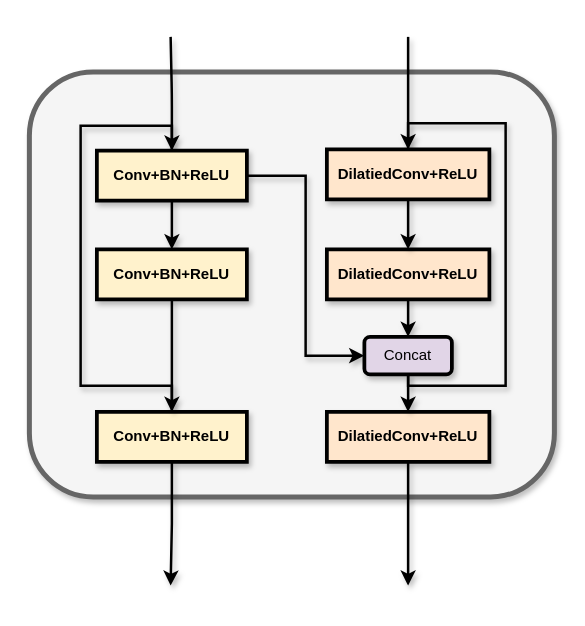
The draw.io diagram Asymmetric_Cross_Path/a_crosspath.drawio in KopiSoftware/draw_cc_cloud, before the edit. Source tidied: cells renumbered, new cells numbered last; positions are measured from the earlier drawing's top-left corner, leaving out a move shared by most shapes. Both pictures are drawn from the tidied source at 125%, with x=0, y=0 at pixel (29, 36).
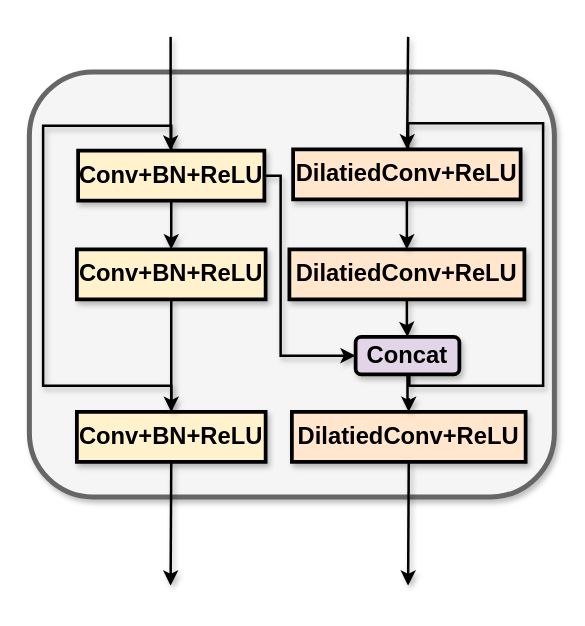
After the change.

The edit, as a diff of the source:
```diff
@@
-    <mxCell id="2" style="rounded=1;whiteSpace=wrap;html=1;fillColor=#f5f5f5;strokeColor=#666666;strokeWidth=4;fontColor=#333333;shadow=1;" parent="1" vertex="1">
+    <mxCell id="2" style="rounded=1;whiteSpace=wrap;html=1;fillColor=#f5f5f5;strokeColor=#666666;strokeWidth=4;fontColor=#333333;shadow=1;fontSize=19;" parent="1" vertex="1">
       <mxGeometry y="28" width="420" height="340" as="geometry" />
     </mxCell>
-    <mxCell id="3" style="edgeStyle=orthogonalEdgeStyle;rounded=1;jettySize=auto;html=1;strokeWidth=2;shadow=1;endArrow=none;endFill=0;startArrow=classic;startFill=1;" parent="1" edge="1" source="7">
+    <mxCell id="3" style="edgeStyle=orthogonalEdgeStyle;rounded=1;jettySize=auto;html=1;strokeWidth=2;shadow=1;endArrow=none;endFill=0;startArrow=classic;startFill=1;fontSize=19;" parent="1" edge="1" source="7">
       <mxGeometry relative="1" as="geometry">
         <mxPoint x="113" as="targetPoint" />
       </mxGeometry>
     </mxCell>
-    <mxCell id="4" style="edgeStyle=orthogonalEdgeStyle;rounded=0;jettySize=auto;html=1;entryX=0;entryY=0.5;entryDx=0;entryDy=0;strokeWidth=2;shadow=1;" parent="1" edge="1" source="7" target="19">
-      <mxGeometry relative="1" as="geometry" />
+    <mxCell id="4" style="edgeStyle=orthogonalEdgeStyle;rounded=0;jettySize=auto;html=1;entryX=0;entryY=0.5;entryDx=0;entryDy=0;strokeWidth=2;shadow=1;fontSize=19;" parent="1" edge="1" source="7" target="19">
+      <mxGeometry relative="1" as="geometry">
+        <Array as="points">
+          <mxPoint x="201" y="111" />
+          <mxPoint x="201" y="255" />
+        </Array>
+      </mxGeometry>
     </mxCell>
-    <mxCell id="5" style="edgeStyle=orthogonalEdgeStyle;rounded=0;jettySize=auto;html=1;entryX=0.5;entryY=0;entryDx=0;entryDy=0;strokeWidth=2;shadow=1;" parent="1" edge="1" source="7" target="21">
+    <mxCell id="5" style="edgeStyle=orthogonalEdgeStyle;rounded=0;jettySize=auto;html=1;entryX=0.5;entryY=0;entryDx=0;entryDy=0;strokeWidth=2;shadow=1;fontSize=19;" parent="1" edge="1" source="7" target="21">
       <mxGeometry relative="1" as="geometry" />
     </mxCell>
-    <mxCell id="6" style="edgeStyle=orthogonalEdgeStyle;rounded=0;jettySize=auto;html=1;exitX=0.5;exitY=0;exitDx=0;exitDy=0;entryX=0.5;entryY=0;entryDx=0;entryDy=0;strokeWidth=2;endArrow=none;endFill=0;shadow=1;" parent="1" edge="1" source="7" target="9">
+    <mxCell id="6" style="edgeStyle=orthogonalEdgeStyle;rounded=0;jettySize=auto;html=1;exitX=0.5;exitY=0;exitDx=0;exitDy=0;entryX=0.5;entryY=0;entryDx=0;entryDy=0;strokeWidth=2;endArrow=none;endFill=0;shadow=1;fontSize=19;" parent="1" edge="1" source="7" target="9">
       <mxGeometry relative="1" as="geometry">
         <Array as="points">
           <mxPoint x="114" y="71" />
-          <mxPoint x="41" y="71" />
-          <mxPoint x="41" y="279" />
+          <mxPoint x="11" y="71" />
+          <mxPoint x="11" y="279" />
           <mxPoint x="114" y="279" />
         </Array>
       </mxGeometry>
     </mxCell>
-    <mxCell id="7" value="&lt;b&gt;Conv+BN+ReLU&lt;/b&gt;" style="rounded=0;whiteSpace=wrap;html=1;fillColor=#fff2cc;strokeColor=#000000;strokeWidth=3;shadow=1;" parent="1" vertex="1">
-      <mxGeometry x="54" y="91" width="120" height="40" as="geometry" />
+    <mxCell id="7" value="&lt;b style=&quot;font-size: 19px;&quot;&gt;Conv+BN+ReLU&lt;/b&gt;" style="rounded=0;whiteSpace=wrap;html=1;fillColor=#fff2cc;strokeColor=#000000;strokeWidth=3;shadow=1;fontSize=19;" parent="1" vertex="1">
+      <mxGeometry x="39" y="91" width="149" height="40" as="geometry" />
     </mxCell>
-    <mxCell id="8" style="edgeStyle=orthogonalEdgeStyle;rounded=0;jettySize=auto;html=1;exitX=0.5;exitY=1;exitDx=0;exitDy=0;strokeWidth=2;shadow=1;" parent="1" edge="1" source="9">
+    <mxCell id="8" style="edgeStyle=orthogonalEdgeStyle;rounded=0;jettySize=auto;html=1;exitX=0.5;exitY=1;exitDx=0;exitDy=0;strokeWidth=2;shadow=1;fontSize=16;" parent="1" edge="1" source="9">
       <mxGeometry relative="1" as="geometry">
         <mxPoint x="113" y="439" as="targetPoint" />
       </mxGeometry>
     </mxCell>
-    <mxCell id="9" value="&lt;b style=&quot;border-color: var(--border-color);&quot;&gt;Conv+BN+ReLU&lt;/b&gt;" style="rounded=0;whiteSpace=wrap;html=1;fillColor=#fff2cc;strokeColor=#000000;strokeWidth=3;shadow=1;" parent="1" vertex="1">
-      <mxGeometry x="54" y="300" width="120" height="40" as="geometry" />
+    <mxCell id="9" value="&lt;b style=&quot;border-color: var(--border-color); font-size: 19px;&quot;&gt;Conv+BN+ReLU&lt;/b&gt;" style="rounded=0;whiteSpace=wrap;html=1;fillColor=#fff2cc;strokeColor=#000000;strokeWidth=3;shadow=1;fontSize=19;" parent="1" vertex="1">
+      <mxGeometry x="38" y="300" width="151" height="40" as="geometry" />
     </mxCell>
-    <mxCell id="10" style="edgeStyle=orthogonalEdgeStyle;rounded=0;jettySize=auto;html=1;entryX=0.5;entryY=0;entryDx=0;entryDy=0;strokeWidth=2;shadow=1;" parent="1" edge="1" source="11" target="19">
+    <mxCell id="10" style="edgeStyle=orthogonalEdgeStyle;rounded=0;jettySize=auto;html=1;entryX=0.5;entryY=0;entryDx=0;entryDy=0;strokeWidth=2;shadow=1;fontSize=19;" parent="1" edge="1" source="11" target="19">
       <mxGeometry relative="1" as="geometry" />
     </mxCell>
-    <mxCell id="11" value="&lt;b style=&quot;border-color: var(--border-color);&quot;&gt;DilatiedConv+ReLU&lt;/b&gt;" style="rounded=0;whiteSpace=wrap;html=1;fillColor=#ffe6cc;strokeColor=#000000;strokeWidth=3;shadow=1;" parent="1" vertex="1">
-      <mxGeometry x="238" y="170" width="130" height="40" as="geometry" />
+    <mxCell id="11" value="&lt;b style=&quot;border-color: var(--border-color); font-size: 19px;&quot;&gt;DilatiedConv+ReLU&lt;/b&gt;" style="rounded=0;whiteSpace=wrap;html=1;fillColor=#ffe6cc;strokeColor=#000000;strokeWidth=3;shadow=1;fontSize=19;" parent="1" vertex="1">
+      <mxGeometry x="208" y="170" width="188" height="40" as="geometry" />
     </mxCell>
-    <mxCell id="12" style="edgeStyle=orthogonalEdgeStyle;rounded=0;jettySize=auto;html=1;exitX=0.5;exitY=1;exitDx=0;exitDy=0;strokeWidth=2;shadow=1;" parent="1" edge="1" source="13">
+    <mxCell id="12" style="edgeStyle=orthogonalEdgeStyle;rounded=0;jettySize=auto;html=1;exitX=0.5;exitY=1;exitDx=0;exitDy=0;strokeWidth=2;shadow=1;fontSize=16;" parent="1" edge="1" source="13">
       <mxGeometry relative="1" as="geometry">
         <mxPoint x="303" y="439" as="targetPoint" />
       </mxGeometry>
     </mxCell>
-    <mxCell id="13" value="&lt;b style=&quot;border-color: var(--border-color);&quot;&gt;DilatiedConv+ReLU&lt;/b&gt;" style="rounded=0;whiteSpace=wrap;html=1;fillColor=#ffe6cc;strokeColor=#000000;strokeWidth=3;shadow=1;" parent="1" vertex="1">
-      <mxGeometry x="238" y="300" width="130" height="40" as="geometry" />
+    <mxCell id="13" value="&lt;b style=&quot;border-color: var(--border-color); font-size: 19px;&quot;&gt;DilatiedConv+ReLU&lt;/b&gt;" style="rounded=0;whiteSpace=wrap;html=1;fillColor=#ffe6cc;strokeColor=#000000;strokeWidth=3;shadow=1;fontSize=19;" parent="1" vertex="1">
+      <mxGeometry x="210" y="300" width="187" height="40" as="geometry" />
     </mxCell>
-    <mxCell id="14" style="edgeStyle=orthogonalEdgeStyle;rounded=0;jettySize=auto;html=1;entryX=0.5;entryY=0;entryDx=0;entryDy=0;strokeWidth=2;shadow=1;" parent="1" edge="1" source="17" target="11">
+    <mxCell id="14" style="edgeStyle=orthogonalEdgeStyle;rounded=0;jettySize=auto;html=1;entryX=0.5;entryY=0;entryDx=0;entryDy=0;strokeWidth=2;shadow=1;fontSize=19;" parent="1" edge="1" source="17" target="11">
       <mxGeometry relative="1" as="geometry" />
     </mxCell>
-    <mxCell id="15" style="rounded=0;jettySize=auto;html=1;strokeWidth=2;shadow=1;startArrow=classic;startFill=1;endArrow=none;endFill=0;" parent="1" edge="1" source="17">
+    <mxCell id="15" style="rounded=0;jettySize=auto;html=1;strokeWidth=2;shadow=1;startArrow=classic;startFill=1;endArrow=none;endFill=0;fontSize=19;" parent="1" edge="1" source="17">
       <mxGeometry relative="1" as="geometry">
         <mxPoint x="303" as="targetPoint" />
       </mxGeometry>
     </mxCell>
-    <mxCell id="16" style="edgeStyle=orthogonalEdgeStyle;rounded=0;jettySize=auto;html=1;entryX=0.5;entryY=1;entryDx=0;entryDy=0;strokeWidth=2;endArrow=none;endFill=0;shadow=1;" parent="1" edge="1" target="19">
+    <mxCell id="16" style="edgeStyle=orthogonalEdgeStyle;rounded=0;jettySize=auto;html=1;entryX=0.5;entryY=1;entryDx=0;entryDy=0;strokeWidth=2;endArrow=none;endFill=0;shadow=1;fontSize=19;" parent="1" edge="1" target="19">
       <mxGeometry relative="1" as="geometry">
         <mxPoint x="303" y="89" as="sourcePoint" />
         <Array as="points">
           <mxPoint x="303" y="69" />
-          <mxPoint x="381" y="69" />
-          <mxPoint x="381" y="279" />
-          <mxPoint x="303" y="279" />
+          <mxPoint x="411" y="69" />
+          <mxPoint x="411" y="279" />
+          <mxPoint x="304" y="279" />
         </Array>
       </mxGeometry>
     </mxCell>
-    <mxCell id="17" value="&lt;b style=&quot;border-color: var(--border-color);&quot;&gt;DilatiedConv+ReLU&lt;/b&gt;" style="rounded=0;whiteSpace=wrap;html=1;fillColor=#ffe6cc;strokeColor=#000000;strokeWidth=3;shadow=1;" parent="1" vertex="1">
-      <mxGeometry x="238" y="90" width="130" height="40" as="geometry" />
+    <mxCell id="17" value="&lt;b style=&quot;border-color: var(--border-color); font-size: 19px;&quot;&gt;DilatiedConv+ReLU&lt;/b&gt;" style="rounded=0;whiteSpace=wrap;html=1;fillColor=#ffe6cc;strokeColor=#000000;strokeWidth=3;shadow=1;fontSize=19;" parent="1" vertex="1">
+      <mxGeometry x="211" y="90" width="182" height="40" as="geometry" />
     </mxCell>
-    <mxCell id="18" style="edgeStyle=orthogonalEdgeStyle;rounded=0;jettySize=auto;html=1;entryX=0.5;entryY=0;entryDx=0;entryDy=0;strokeWidth=2;shadow=1;" parent="1" edge="1" source="19" target="13">
+    <mxCell id="18" style="edgeStyle=orthogonalEdgeStyle;rounded=0;jettySize=auto;html=1;entryX=0.5;entryY=0;entryDx=0;entryDy=0;strokeWidth=2;shadow=1;fontSize=19;" parent="1" edge="1" source="19" target="13">
       <mxGeometry relative="1" as="geometry" />
     </mxCell>
-    <mxCell id="19" value="Concat" style="rounded=1;whiteSpace=wrap;html=1;strokeWidth=3;shadow=1;fillColor=#e1d5e7;strokeColor=#000000;" parent="1" vertex="1">
-      <mxGeometry x="268" y="240" width="70" height="30" as="geometry" />
+    <mxCell id="19" value="Concat" style="rounded=1;whiteSpace=wrap;html=1;strokeWidth=3;shadow=1;fillColor=#e1d5e7;strokeColor=#000000;fontSize=19;fontStyle=1;" parent="1" vertex="1">
+      <mxGeometry x="261" y="240" width="83" height="30" as="geometry" />
     </mxCell>
-    <mxCell id="20" style="edgeStyle=orthogonalEdgeStyle;rounded=0;jettySize=auto;html=1;entryX=0.5;entryY=0;entryDx=0;entryDy=0;strokeWidth=2;shadow=1;" parent="1" edge="1" source="21" target="9">
+    <mxCell id="20" style="edgeStyle=orthogonalEdgeStyle;rounded=0;jettySize=auto;html=1;entryX=0.5;entryY=0;entryDx=0;entryDy=0;strokeWidth=2;shadow=1;fontSize=19;" parent="1" edge="1" source="21" target="9">
       <mxGeometry relative="1" as="geometry" />
     </mxCell>
-    <mxCell id="21" value="&lt;b&gt;Conv+BN+ReLU&lt;/b&gt;" style="rounded=0;whiteSpace=wrap;html=1;fillColor=#fff2cc;strokeColor=#000000;strokeWidth=3;shadow=1;" parent="1" vertex="1">
-      <mxGeometry x="54" y="170" width="120" height="40" as="geometry" />
+    <mxCell id="21" value="&lt;b style=&quot;font-size: 19px;&quot;&gt;Conv+BN+ReLU&lt;/b&gt;" style="rounded=0;whiteSpace=wrap;html=1;fillColor=#fff2cc;strokeColor=#000000;strokeWidth=3;shadow=1;fontSize=19;" parent="1" vertex="1">
+      <mxGeometry x="38" y="170" width="151" height="40" as="geometry" />
     </mxCell>
```
